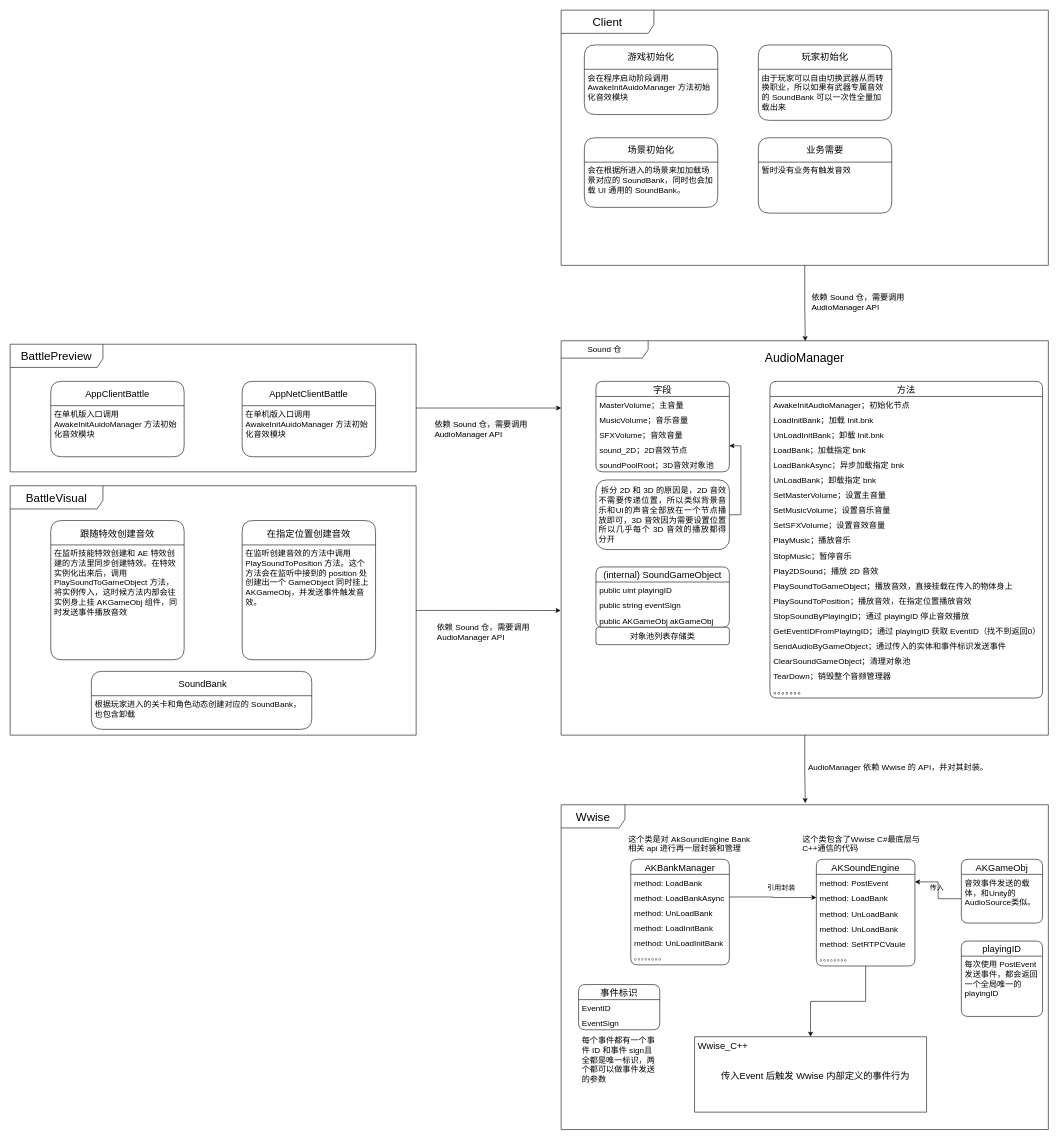
The draw.io diagram 未命名绘图.drawio in 13950090228/-2D-, before the edit. Source tidied: cells renumbered, new cells numbered last; positions are measured from the earlier drawing's top-left corner, leaving out a move shared by most shapes. Both pictures are drawn from the tidied source at 58%, with x=0, y=0 at pixel (10, 10).
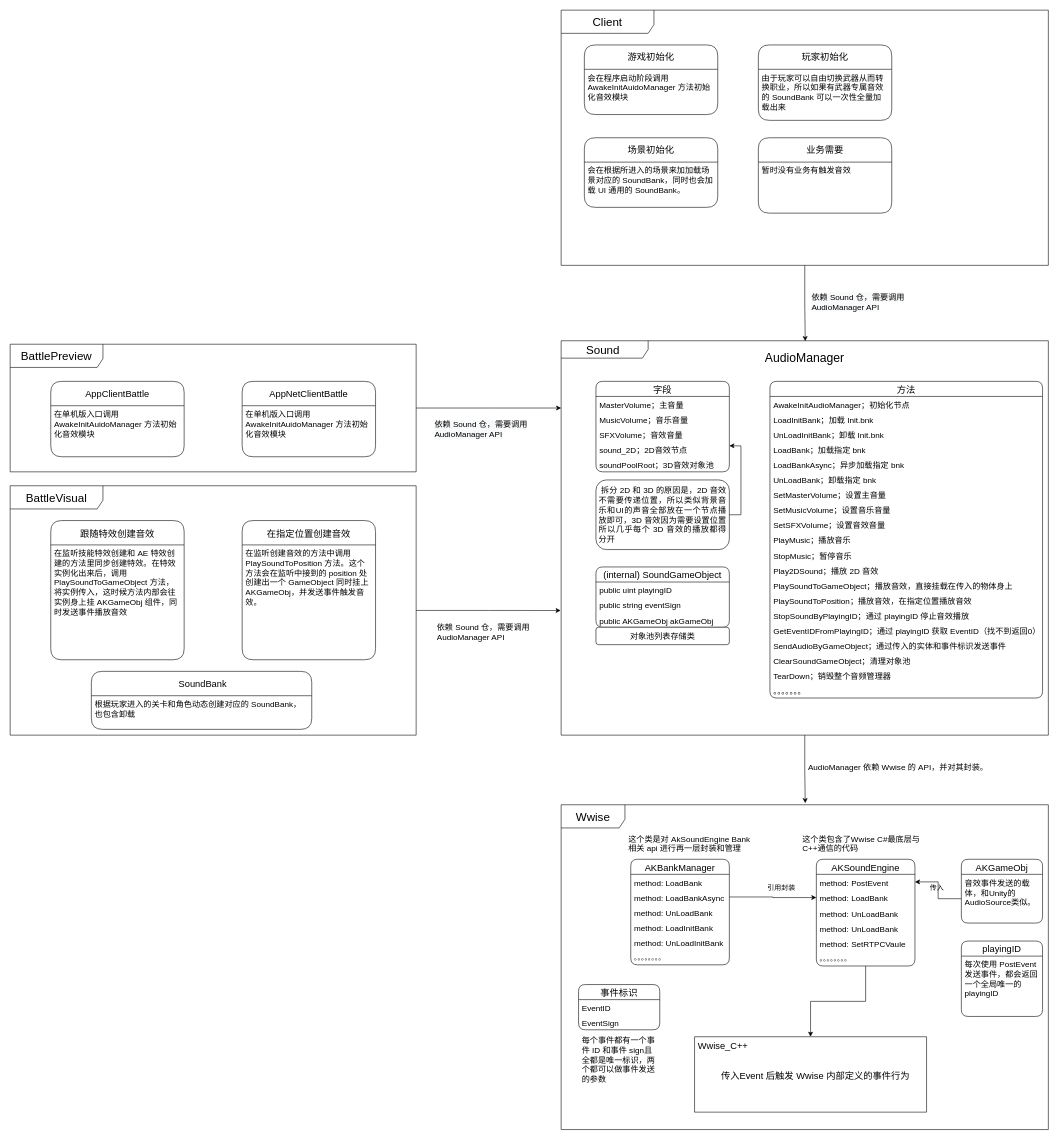
Above is the later version.

Commit message:
更新未命名绘图.drawio

The edit, as a diff of the source:
```diff
@@
-    <mxCell id="5" value="&lt;font style=&quot;font-size: 14px;&quot;&gt;Sound 仓&lt;/font&gt;" style="shape=umlFrame;whiteSpace=wrap;html=1;rounded=0;shadow=0;glass=0;sketch=0;fontSize=14;width=150;height=30;" parent="1" vertex="1">
+    <mxCell id="5" value="&lt;font style=&quot;font-size: 20px;&quot;&gt;Sound&amp;nbsp;&lt;/font&gt;" style="shape=umlFrame;whiteSpace=wrap;html=1;rounded=0;shadow=0;glass=0;sketch=0;fontSize=14;width=150;height=30;" parent="1" vertex="1">
       <mxGeometry x="950" y="570" width="840" height="680" as="geometry" />
     </mxCell>
```
